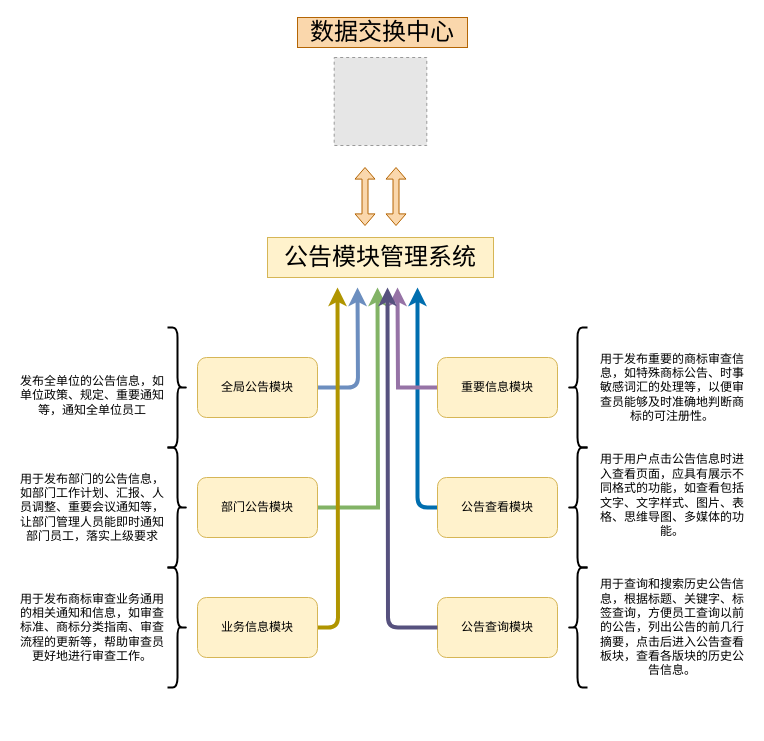
MarchAwake/design-graph keeps this draw.io diagram as notice-system.drawio. Above is the earlier version. Source tidied: cells renumbered, new cells numbered last; positions are measured from the earlier drawing's top-left corner, leaving out a move shared by most shapes. Both pictures are drawn from the tidied source at 100%, with x=0, y=0 at pixel (17, 17). Pictures stored in the file or linked from it are replaced by grey dashed boxes.
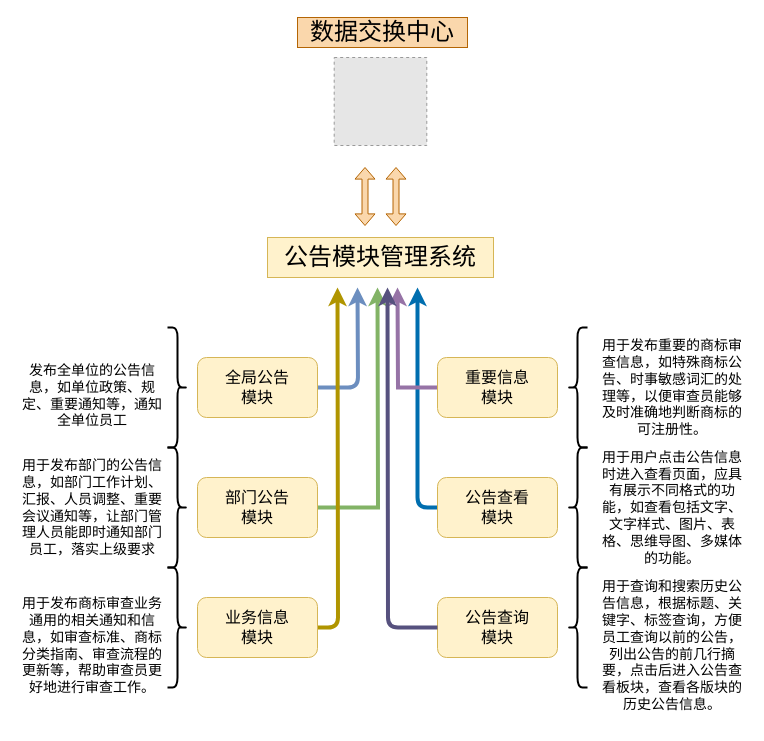
The same page after the edit.

Change to the diagram source:
```diff
@@
-    <mxCell id="13" value="&lt;p class=&quot;MsoNormal&quot;&gt;全局公告模块&lt;/p&gt;" style="text;html=1;strokeColor=none;fillColor=none;align=center;verticalAlign=middle;whiteSpace=wrap;rounded=0;" parent="1" vertex="1">
+    <mxCell id="13" value="&lt;p class=&quot;MsoNormal&quot;&gt;&lt;font style=&quot;font-size: 16px;&quot;&gt;全局公告模块&lt;/font&gt;&lt;/p&gt;" style="text;html=1;strokeColor=none;fillColor=none;align=center;verticalAlign=middle;whiteSpace=wrap;rounded=0;" parent="1" vertex="1">
       <mxGeometry x="200" y="355" width="80" height="30" as="geometry" />
     </mxCell>
-    <mxCell id="14" value="&lt;p class=&quot;MsoNormal&quot;&gt;部门公告模块&lt;/p&gt;" style="text;html=1;strokeColor=none;fillColor=none;align=center;verticalAlign=middle;whiteSpace=wrap;rounded=0;" parent="1" vertex="1">
+    <mxCell id="14" value="&lt;p class=&quot;MsoNormal&quot;&gt;&lt;font style=&quot;font-size: 16px;&quot;&gt;部门公告模块&lt;/font&gt;&lt;/p&gt;" style="text;html=1;strokeColor=none;fillColor=none;align=center;verticalAlign=middle;whiteSpace=wrap;rounded=0;" parent="1" vertex="1">
       <mxGeometry x="200" y="475" width="80" height="30" as="geometry" />
     </mxCell>
-    <mxCell id="15" value="&lt;p class=&quot;MsoNormal&quot;&gt;业务信息模块&lt;/p&gt;" style="text;html=1;strokeColor=none;fillColor=none;align=center;verticalAlign=middle;whiteSpace=wrap;rounded=0;" parent="1" vertex="1">
+    <mxCell id="15" value="&lt;p class=&quot;MsoNormal&quot;&gt;&lt;font style=&quot;font-size: 16px;&quot;&gt;业务信息模块&lt;/font&gt;&lt;/p&gt;" style="text;html=1;strokeColor=none;fillColor=none;align=center;verticalAlign=middle;whiteSpace=wrap;rounded=0;" parent="1" vertex="1">
       <mxGeometry x="200" y="595" width="80" height="30" as="geometry" />
     </mxCell>
-    <mxCell id="16" value="&lt;p class=&quot;MsoNormal&quot;&gt;重要信息模块&lt;/p&gt;" style="text;html=1;strokeColor=none;fillColor=none;align=center;verticalAlign=middle;whiteSpace=wrap;rounded=0;" parent="1" vertex="1">
+    <mxCell id="16" value="&lt;p class=&quot;MsoNormal&quot;&gt;&lt;font style=&quot;font-size: 16px;&quot;&gt;重要信息模块&lt;/font&gt;&lt;/p&gt;" style="text;html=1;strokeColor=none;fillColor=none;align=center;verticalAlign=middle;whiteSpace=wrap;rounded=0;" parent="1" vertex="1">
       <mxGeometry x="440" y="355" width="80" height="30" as="geometry" />
     </mxCell>
-    <mxCell id="17" value="&lt;p class=&quot;MsoNormal&quot;&gt;公告查看模块&lt;/p&gt;" style="text;html=1;strokeColor=none;fillColor=none;align=center;verticalAlign=middle;whiteSpace=wrap;rounded=0;" parent="1" vertex="1">
+    <mxCell id="17" value="&lt;p class=&quot;MsoNormal&quot;&gt;&lt;font style=&quot;font-size: 16px;&quot;&gt;公告查看模块&lt;/font&gt;&lt;/p&gt;" style="text;html=1;strokeColor=none;fillColor=none;align=center;verticalAlign=middle;whiteSpace=wrap;rounded=0;" parent="1" vertex="1">
       <mxGeometry x="440" y="475" width="80" height="30" as="geometry" />
     </mxCell>
@@
-    <mxCell id="19" value="&lt;p class=&quot;MsoNormal&quot;&gt;公告查询模块&lt;/p&gt;" style="text;html=1;strokeColor=none;fillColor=none;align=center;verticalAlign=middle;whiteSpace=wrap;rounded=0;" parent="1" vertex="1">
+    <mxCell id="19" value="&lt;p class=&quot;MsoNormal&quot;&gt;&lt;font style=&quot;font-size: 16px;&quot;&gt;公告查询模块&lt;/font&gt;&lt;/p&gt;" style="text;html=1;strokeColor=none;fillColor=none;align=center;verticalAlign=middle;whiteSpace=wrap;rounded=0;" parent="1" vertex="1">
       <mxGeometry x="440" y="595" width="80" height="30" as="geometry" />
     </mxCell>
@@
-    <mxCell id="27" value="&lt;p class=&quot;MsoNormal&quot;&gt;发布全单位的公告信息，如单位政策、规定、重要通知等，通知全单位员工&lt;/p&gt;" style="text;html=1;strokeColor=none;fillColor=none;align=center;verticalAlign=middle;whiteSpace=wrap;rounded=0;" parent="1" vertex="1">
+    <mxCell id="27" value="&lt;p class=&quot;MsoNormal&quot;&gt;&lt;font style=&quot;font-size: 14px;&quot;&gt;发布全单位的公告信息，如单位政策、规定、重要通知等，通知全单位员工&lt;/font&gt;&lt;/p&gt;" style="text;html=1;strokeColor=none;fillColor=none;align=center;verticalAlign=middle;whiteSpace=wrap;rounded=0;" parent="1" vertex="1">
       <mxGeometry y="300" width="150" height="155" as="geometry" />
     </mxCell>
@@
-    <mxCell id="29" value="&lt;p class=&quot;MsoNormal&quot;&gt;用于发布部门的公告信息，如部门工作计划、汇报、人员调整、重要会议通知等，让部门管理人员能即时通知部门员工，落实上级要求&lt;/p&gt;" style="text;html=1;strokeColor=none;fillColor=none;align=center;verticalAlign=middle;whiteSpace=wrap;rounded=0;" parent="1" vertex="1">
+    <mxCell id="29" value="&lt;p class=&quot;MsoNormal&quot;&gt;&lt;font style=&quot;font-size: 14px;&quot;&gt;用于发布部门的公告信息，如部门工作计划、汇报、人员调整、重要会议通知等，让部门管理人员能即时通知部门员工，落实上级要求&lt;/font&gt;&lt;/p&gt;" style="text;html=1;strokeColor=none;fillColor=none;align=center;verticalAlign=middle;whiteSpace=wrap;rounded=0;" parent="1" vertex="1">
       <mxGeometry y="412.5" width="150" height="155" as="geometry" />
     </mxCell>
@@
-    <mxCell id="31" value="&lt;p class=&quot;MsoNormal&quot;&gt;用于发布商标审查业务通用的相关通知和信息，如审查标准、商标分类指南、审查流程的更新等，帮助审查员更好地进行审查工作。&lt;/p&gt;" style="text;html=1;strokeColor=none;fillColor=none;align=center;verticalAlign=middle;whiteSpace=wrap;rounded=0;" parent="1" vertex="1">
-      <mxGeometry y="532.5" width="150" height="155" as="geometry" />
+    <mxCell id="31" value="&lt;p class=&quot;MsoNormal&quot;&gt;&lt;font style=&quot;font-size: 14px;&quot;&gt;用于发布商标审查业务通用的相关通知和信息，如审查标准、商标分类指南、审查流程的更新等，帮助审查员更好地进行审查工作。&lt;/font&gt;&lt;/p&gt;" style="text;html=1;strokeColor=none;fillColor=none;align=center;verticalAlign=middle;whiteSpace=wrap;rounded=0;" parent="1" vertex="1">
+      <mxGeometry y="550" width="150" height="155" as="geometry" />
     </mxCell>
-    <mxCell id="32" value="&lt;p class=&quot;MsoNormal&quot;&gt;用于发布重要的商标审查信息，如特殊商标公告、时事敏感词汇的处理等，以便审查员能够及时准确地判断商标的可注册性。&lt;/p&gt;" style="text;html=1;strokeColor=none;fillColor=none;align=center;verticalAlign=middle;whiteSpace=wrap;rounded=0;" parent="1" vertex="1">
+    <mxCell id="32" value="&lt;p class=&quot;MsoNormal&quot;&gt;&lt;font style=&quot;font-size: 14px;&quot;&gt;用于发布重要的商标审查信息，如特殊商标公告、时事敏感词汇的处理等，以便审查员能够及时准确地判断商标的可注册性。&lt;/font&gt;&lt;/p&gt;" style="text;html=1;strokeColor=none;fillColor=none;align=center;verticalAlign=middle;whiteSpace=wrap;rounded=0;" parent="1" vertex="1">
       <mxGeometry x="580" y="292.5" width="150" height="155" as="geometry" />
     </mxCell>
@@
-    <mxCell id="35" value="&lt;p class=&quot;MsoNormal&quot;&gt;用于用户点击公告信息时进入查看页面，应具有展示不同格式的功能，如查看包括文字、文字样式、图片、表格、思维导图、多媒体的功能。&lt;/p&gt;" style="text;html=1;strokeColor=none;fillColor=none;align=center;verticalAlign=middle;whiteSpace=wrap;rounded=0;" parent="1" vertex="1">
-      <mxGeometry x="580" y="400" width="150" height="155" as="geometry" />
+    <mxCell id="35" value="&lt;p class=&quot;MsoNormal&quot;&gt;&lt;font style=&quot;font-size: 14px;&quot;&gt;用于用户点击公告信息时进入查看页面，应具有展示不同格式的功能，如查看包括文字、文字样式、图片、表格、思维导图、多媒体的功能。&lt;/font&gt;&lt;/p&gt;" style="text;html=1;strokeColor=none;fillColor=none;align=center;verticalAlign=middle;whiteSpace=wrap;rounded=0;" parent="1" vertex="1">
+      <mxGeometry x="580" y="412.5" width="150" height="155" as="geometry" />
     </mxCell>
-    <mxCell id="36" value="&lt;p class=&quot;MsoNormal&quot;&gt;用于查询和搜索历史公告信息，根据标题、关键字、标签查询，方便员工查询以前的公告，列出公告的前几行摘要，点击后进入公告查看板块，查看各版块的历史公告信息。&lt;br&gt;&lt;/p&gt;" style="text;html=1;strokeColor=none;fillColor=none;align=center;verticalAlign=middle;whiteSpace=wrap;rounded=0;" parent="1" vertex="1">
-      <mxGeometry x="580" y="532.5" width="150" height="155" as="geometry" />
+    <mxCell id="36" value="&lt;p class=&quot;MsoNormal&quot;&gt;&lt;font style=&quot;font-size: 14px;&quot;&gt;用于查询和搜索历史公告信息，根据标题、关键字、标签查询，方便员工查询以前的公告，列出公告的前几行摘要，点击后进入公告查看板块，查看各版块的历史公告信息。&lt;/font&gt;&lt;br&gt;&lt;/p&gt;" style="text;html=1;strokeColor=none;fillColor=none;align=center;verticalAlign=middle;whiteSpace=wrap;rounded=0;" parent="1" vertex="1">
+      <mxGeometry x="580" y="550" width="150" height="155" as="geometry" />
     </mxCell>
```
